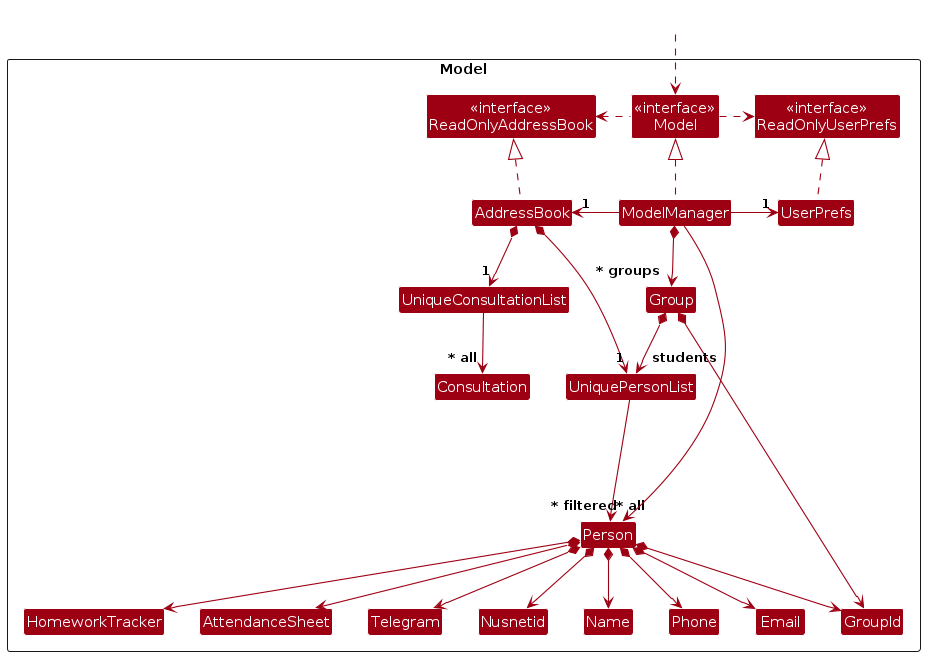
Earlier version of the PlantUML export diagrams/ModelClassDiagram.png (AY2526S1-CS2103T-W11-1/tp). Its source is kept beside it as diagrams/ModelClassDiagram.puml. Its diagram source:
```plantuml
@startuml
!include style.puml
skinparam arrowThickness 1.1
skinparam arrowColor MODEL_COLOR
skinparam classBackgroundColor MODEL_COLOR

Package Model as ModelPackage <<Rectangle>>{
Class "<<interface>>\nReadOnlyAddressBook" as ReadOnlyAddressBook
Class "<<interface>>\nReadOnlyUserPrefs" as ReadOnlyUserPrefs
Class "<<interface>>\nModel" as Model
Class AddressBook
Class ModelManager
Class UserPrefs

Class UniquePersonList
Class UniqueConsultationList
Class Consultation
Class Group
Class GroupId
Class Person
Class Email
Class Name
Class Phone
Class Nusnetid
Class Telegram
Class HomeworkTracker
Class AttendanceSheet

Class I #FFFFFF
}

Class HiddenOutside #FFFFFF
HiddenOutside ..> Model

AddressBook .up.|> ReadOnlyAddressBook

ModelManager .up.|> Model
Model .right.> ReadOnlyUserPrefs
Model .left.> ReadOnlyAddressBook
ModelManager -left-> "1" AddressBook
ModelManager -right-> "1" UserPrefs
UserPrefs .up.|> ReadOnlyUserPrefs

AddressBook *--> "1" UniquePersonList
AddressBook *--> "1" UniqueConsultationList
UniquePersonList --> "~* all" Person
UniqueConsultationList --> "~* all" Consultation

Person *--> Name
Person *--> Phone
Person *--> Email
Person *--> Nusnetid
Person *--> Telegram
Person *--> HomeworkTracker
Person *--> AttendanceSheet
Person *--> GroupId

ModelManager *--> "~* groups" Group
Group *--> GroupId
Group *--> "students" UniquePersonList

Person -[hidden]up--> I
UniquePersonList -[hidden]right-> I

Name -[hidden]right-> Phone
Phone -[hidden]right-> Email
Email -[hidden]right-> Telegram
Telegram -[hidden]right-> Nusnetid

ModelManager --> "~* filtered" Person
@enduml
```
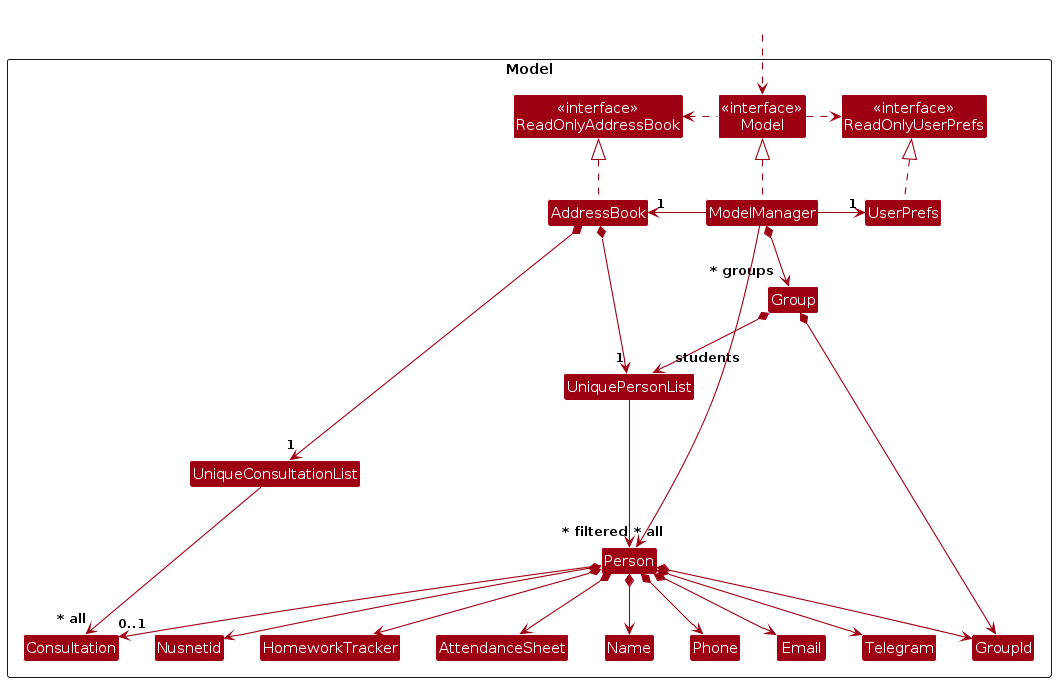
After the commit.

The edit, as a diff of the source:
```diff
@@ -54,6 +54,7 @@
 Person *--> HomeworkTracker
 Person *--> AttendanceSheet
 Person *--> GroupId
+Person --> "0..1" Consultation
 
 ModelManager *--> "~* groups" Group
 Group *--> GroupId
@@ -66,6 +67,7 @@
 Phone -[hidden]right-> Email
 Email -[hidden]right-> Telegram
 Telegram -[hidden]right-> Nusnetid
+Consultation -[hidden]right-> Email
 
 ModelManager --> "~* filtered" Person
 @enduml
```
